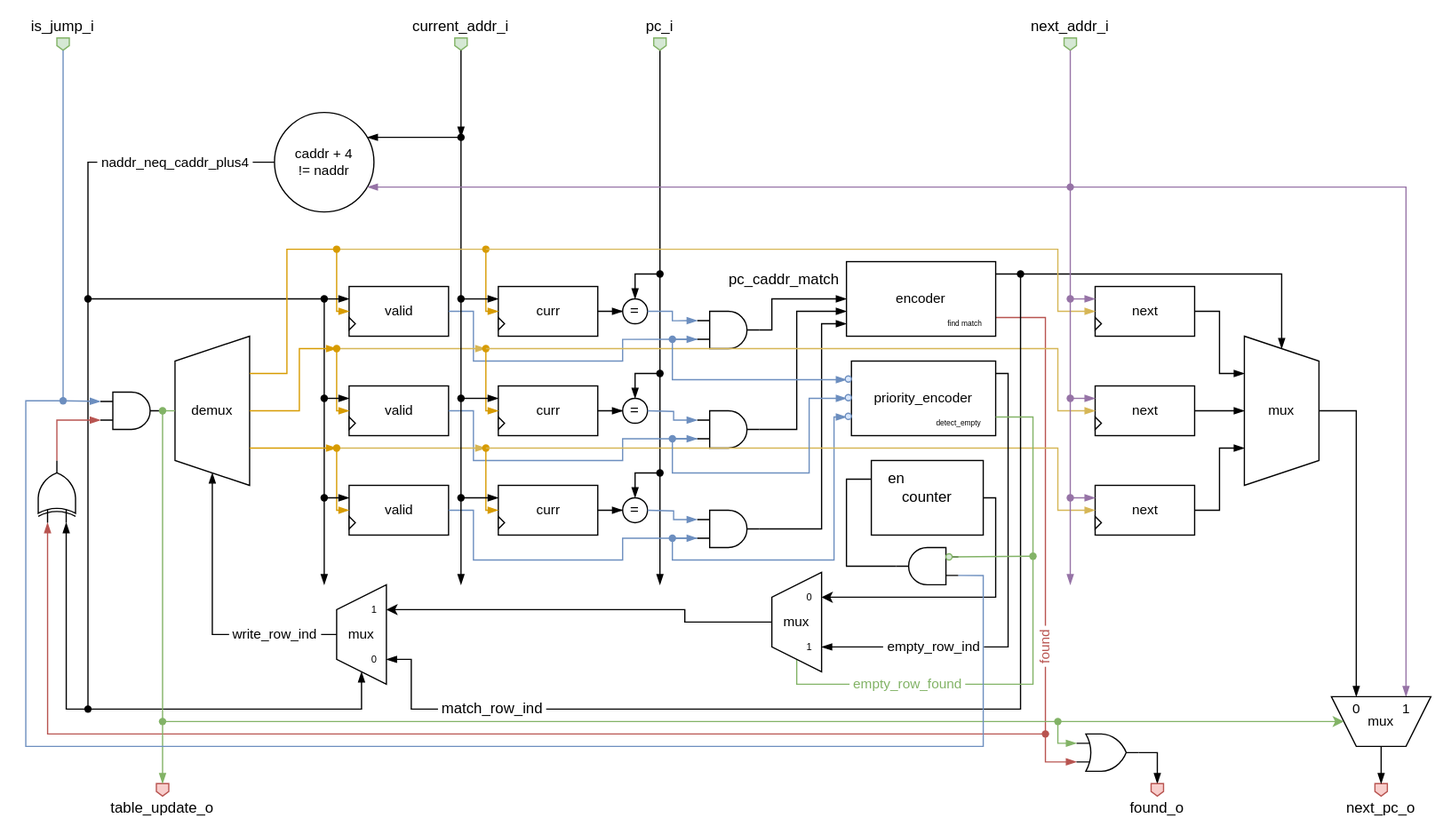
squared-studio/maverickOne keeps this draw.io diagram as document/rtl/branch_target_buffer_des.svg. Above is the earlier version. Source tidied: cells renumbered, new cells last; positions are measured from the earlier drawing's top-left corner, leaving out a move shared by most shapes.
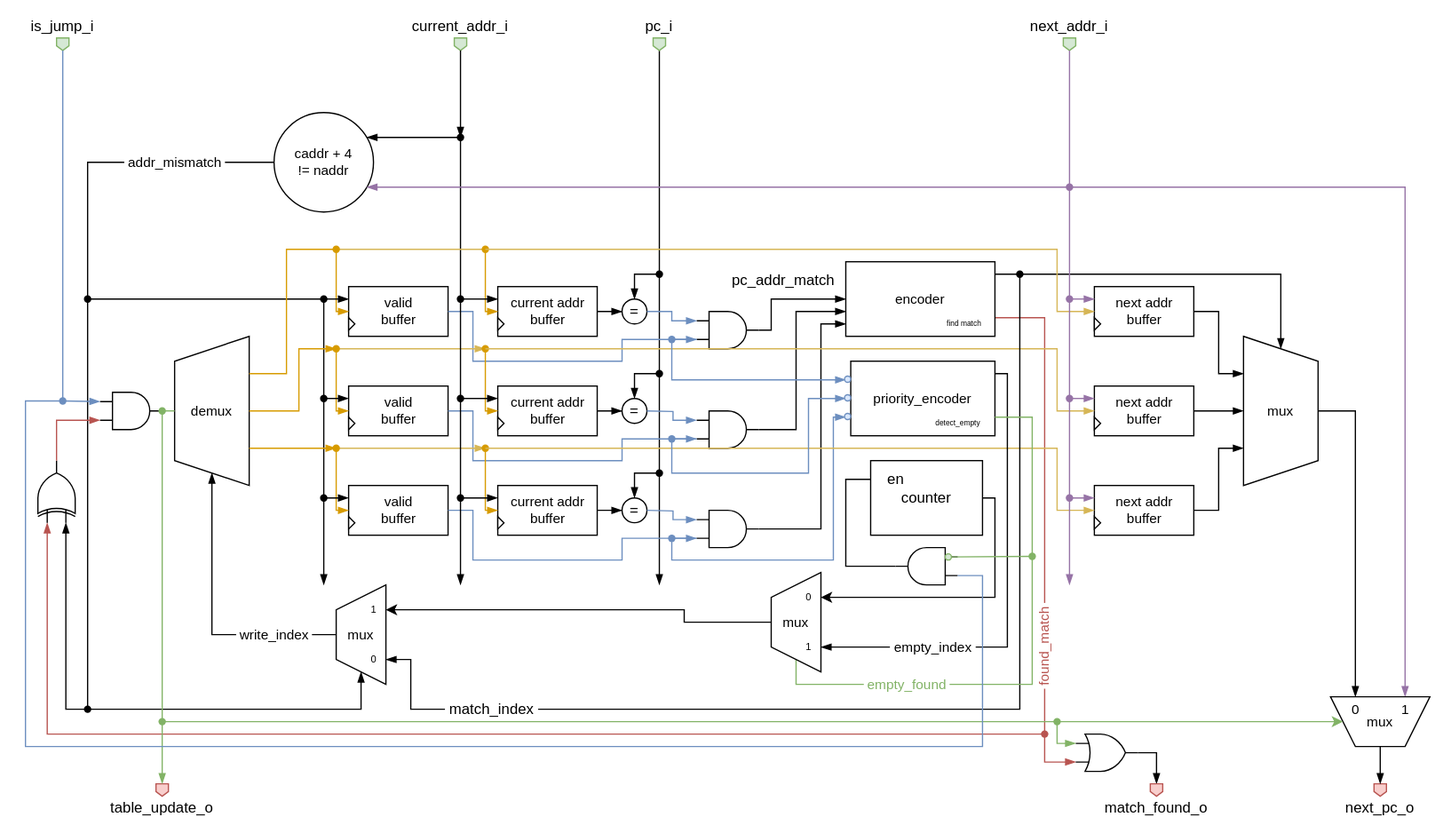
The same diagram one commit later.

What changed in the source:
```diff
@@ -14,8 +14,8 @@
     <mxCell id="5" style="triangle;whiteSpace=wrap;html=1;" parent="3" vertex="1">
       <mxGeometry y="25" width="5" height="10" as="geometry" />
     </mxCell>
-    <mxCell id="6" value="curr" style="text;html=1;align=center;verticalAlign=middle;strokeColor=none;fillColor=none;fontFamily=Helvetica;fontSize=11;fontColor=default;labelBackgroundColor=default;" parent="3" vertex="1">
-      <mxGeometry x="20" y="5" width="40" height="30" as="geometry" />
+    <mxCell id="6" value="current addr&lt;div&gt;buffer&lt;/div&gt;" style="text;html=1;align=center;verticalAlign=middle;strokeColor=none;fillColor=none;fontFamily=Helvetica;fontSize=11;fontColor=default;labelBackgroundColor=default;" parent="3" vertex="1">
+      <mxGeometry width="80" height="40" as="geometry" />
     </mxCell>
     <mxCell id="7" style="edgeStyle=orthogonalEdgeStyle;shape=connector;rounded=0;jettySize=auto;html=1;strokeColor=default;align=center;verticalAlign=middle;fontFamily=Helvetica;fontSize=11;fontColor=default;labelBackgroundColor=default;endArrow=none;endFill=0;" parent="1" edge="1" source="8" target="15">
       <mxGeometry relative="1" as="geometry" />
@@ -104,7 +104,7 @@
         </Array>
       </mxGeometry>
     </mxCell>
-    <mxCell id="34" value="&amp;nbsp;found&amp;nbsp;" style="edgeStyle=orthogonalEdgeStyle;shape=connector;rounded=0;jettySize=auto;html=1;exitX=1;exitY=0.75;exitDx=0;exitDy=0;entryX=0;entryY=0.75;entryDx=0;entryDy=0;strokeColor=#b85450;align=center;verticalAlign=middle;fontFamily=Helvetica;fontSize=11;fontColor=#b85450;labelBackgroundColor=default;endArrow=blockThin;endFill=1;fillColor=#f8cecc;entryPerimeter=0;horizontal=0;" parent="1" edge="1" source="35" target="178">
+    <mxCell id="34" value="&amp;nbsp;found_match&amp;nbsp;" style="edgeStyle=orthogonalEdgeStyle;shape=connector;rounded=0;jettySize=auto;html=1;exitX=1;exitY=0.75;exitDx=0;exitDy=0;entryX=0;entryY=0.75;entryDx=0;entryDy=0;strokeColor=#b85450;align=center;verticalAlign=middle;fontFamily=Helvetica;fontSize=11;fontColor=#b85450;labelBackgroundColor=default;endArrow=blockThin;endFill=1;fillColor=#f8cecc;entryPerimeter=0;horizontal=0;" parent="1" edge="1" source="35" target="178">
       <mxGeometry x="0.44" relative="1" as="geometry">
         <Array as="points">
           <mxPoint x="840" y="255" />
@@ -115,11 +115,11 @@
     <mxCell id="35" value="encoder" style="rounded=0;whiteSpace=wrap;html=1;fontFamily=Helvetica;fontSize=11;fontColor=default;labelBackgroundColor=default;" parent="1" vertex="1">
       <mxGeometry x="680" y="210" width="120" height="60" as="geometry" />
     </mxCell>
-    <mxCell id="36" value="curr" style="text;html=1;align=center;verticalAlign=middle;strokeColor=none;fillColor=none;fontFamily=Helvetica;fontSize=11;fontColor=default;labelBackgroundColor=default;" parent="1" vertex="1">
-      <mxGeometry x="420" y="315" width="40" height="30" as="geometry" />
+    <mxCell id="36" value="current addr&lt;div&gt;buffer&lt;/div&gt;" style="text;html=1;align=center;verticalAlign=middle;strokeColor=none;fillColor=none;fontFamily=Helvetica;fontSize=11;fontColor=default;labelBackgroundColor=default;" parent="1" vertex="1">
+      <mxGeometry x="400" y="310" width="80" height="40" as="geometry" />
     </mxCell>
-    <mxCell id="37" value="curr" style="text;html=1;align=center;verticalAlign=middle;strokeColor=none;fillColor=none;fontFamily=Helvetica;fontSize=11;fontColor=default;labelBackgroundColor=default;" parent="1" vertex="1">
-      <mxGeometry x="420" y="395" width="40" height="30" as="geometry" />
+    <mxCell id="37" value="current addr&lt;div&gt;buffer&lt;/div&gt;" style="text;html=1;align=center;verticalAlign=middle;strokeColor=none;fillColor=none;fontFamily=Helvetica;fontSize=11;fontColor=default;labelBackgroundColor=default;" parent="1" vertex="1">
+      <mxGeometry x="400" y="390" width="80" height="40" as="geometry" />
     </mxCell>
     <mxCell id="38" style="edgeStyle=orthogonalEdgeStyle;shape=connector;rounded=0;jettySize=auto;html=1;strokeColor=default;align=center;verticalAlign=middle;fontFamily=Helvetica;fontSize=11;fontColor=default;labelBackgroundColor=default;endArrow=blockThin;endFill=1;" parent="1" edge="1" source="39">
       <mxGeometry relative="1" as="geometry">
@@ -145,8 +145,8 @@
     <mxCell id="43" style="triangle;whiteSpace=wrap;html=1;" parent="41" vertex="1">
       <mxGeometry y="25" width="5" height="10" as="geometry" />
     </mxCell>
-    <mxCell id="44" value="valid" style="text;html=1;align=center;verticalAlign=middle;strokeColor=none;fillColor=none;fontFamily=Helvetica;fontSize=11;fontColor=default;labelBackgroundColor=default;" parent="41" vertex="1">
-      <mxGeometry x="15" y="5" width="50" height="30" as="geometry" />
+    <mxCell id="44" value="valid&lt;div&gt;buffer&lt;/div&gt;" style="text;html=1;align=center;verticalAlign=middle;strokeColor=none;fillColor=none;fontFamily=Helvetica;fontSize=11;fontColor=default;labelBackgroundColor=default;" parent="41" vertex="1">
+      <mxGeometry x="15" width="50" height="40" as="geometry" />
     </mxCell>
     <mxCell id="45" value="cur" style="group;" parent="1" vertex="1">
       <mxGeometry x="280" y="310" width="80" height="40" as="geometry" />
@@ -157,8 +157,8 @@
     <mxCell id="47" style="triangle;whiteSpace=wrap;html=1;" parent="45" vertex="1">
       <mxGeometry y="25" width="5" height="10" as="geometry" />
     </mxCell>
-    <mxCell id="48" value="valid" style="text;html=1;align=center;verticalAlign=middle;strokeColor=none;fillColor=none;fontFamily=Helvetica;fontSize=11;fontColor=default;labelBackgroundColor=default;" parent="45" vertex="1">
-      <mxGeometry x="15" y="5" width="50" height="30" as="geometry" />
+    <mxCell id="48" value="valid&lt;div&gt;buffer&lt;/div&gt;" style="text;html=1;align=center;verticalAlign=middle;strokeColor=none;fillColor=none;fontFamily=Helvetica;fontSize=11;fontColor=default;labelBackgroundColor=default;" parent="45" vertex="1">
+      <mxGeometry x="15" width="50" height="40" as="geometry" />
     </mxCell>
     <mxCell id="49" value="cur" style="group;" parent="1" vertex="1">
       <mxGeometry x="280" y="390" width="80" height="40" as="geometry" />
@@ -169,8 +169,8 @@
     <mxCell id="51" style="triangle;whiteSpace=wrap;html=1;" parent="49" vertex="1">
       <mxGeometry y="25" width="5" height="10" as="geometry" />
     </mxCell>
-    <mxCell id="52" value="valid" style="text;html=1;align=center;verticalAlign=middle;strokeColor=none;fillColor=none;fontFamily=Helvetica;fontSize=11;fontColor=default;labelBackgroundColor=default;" parent="49" vertex="1">
-      <mxGeometry x="15" y="5" width="50" height="30" as="geometry" />
+    <mxCell id="52" value="valid&lt;div&gt;buffer&lt;/div&gt;" style="text;html=1;align=center;verticalAlign=middle;strokeColor=none;fillColor=none;fontFamily=Helvetica;fontSize=11;fontColor=default;labelBackgroundColor=default;" parent="49" vertex="1">
+      <mxGeometry x="15" width="50" height="40" as="geometry" />
     </mxCell>
     <mxCell id="53" style="edgeStyle=orthogonalEdgeStyle;shape=connector;rounded=0;jettySize=auto;html=1;entryX=0;entryY=0.75;entryDx=0;entryDy=0;entryPerimeter=0;strokeColor=#6c8ebf;align=center;verticalAlign=middle;fontFamily=Helvetica;fontSize=11;fontColor=default;labelBackgroundColor=default;endArrow=blockThin;endFill=1;fillColor=#dae8fc;" parent="1" edge="1" source="42" target="39">
       <mxGeometry relative="1" as="geometry">
@@ -258,8 +258,8 @@
     <mxCell id="65" style="triangle;whiteSpace=wrap;html=1;" parent="63" vertex="1">
       <mxGeometry y="25" width="5" height="10" as="geometry" />
     </mxCell>
-    <mxCell id="66" value="next" style="text;html=1;align=center;verticalAlign=middle;strokeColor=none;fillColor=none;fontFamily=Helvetica;fontSize=11;fontColor=default;labelBackgroundColor=default;" parent="63" vertex="1">
-      <mxGeometry x="20" y="5" width="40" height="30" as="geometry" />
+    <mxCell id="66" value="next addr&lt;div&gt;buffer&lt;/div&gt;" style="text;html=1;align=center;verticalAlign=middle;strokeColor=none;fillColor=none;fontFamily=Helvetica;fontSize=11;fontColor=default;labelBackgroundColor=default;" parent="63" vertex="1">
+      <mxGeometry x="5" width="70" height="40" as="geometry" />
     </mxCell>
     <mxCell id="67" value="cur" style="group;" parent="1" vertex="1">
       <mxGeometry x="880" y="310" width="80" height="40" as="geometry" />
@@ -270,8 +270,8 @@
     <mxCell id="69" style="triangle;whiteSpace=wrap;html=1;" parent="67" vertex="1">
       <mxGeometry y="25" width="5" height="10" as="geometry" />
     </mxCell>
-    <mxCell id="70" value="next" style="text;html=1;align=center;verticalAlign=middle;strokeColor=none;fillColor=none;fontFamily=Helvetica;fontSize=11;fontColor=default;labelBackgroundColor=default;" parent="67" vertex="1">
-      <mxGeometry x="20" y="5" width="40" height="30" as="geometry" />
+    <mxCell id="70" value="next addr&lt;div&gt;buffer&lt;/div&gt;" style="text;html=1;align=center;verticalAlign=middle;strokeColor=none;fillColor=none;fontFamily=Helvetica;fontSize=11;fontColor=default;labelBackgroundColor=default;" parent="67" vertex="1">
+      <mxGeometry x="5" width="70" height="40" as="geometry" />
     </mxCell>
     <mxCell id="71" value="cur" style="group;" parent="1" vertex="1">
       <mxGeometry x="880" y="390" width="80" height="40" as="geometry" />
@@ -282,8 +282,8 @@
     <mxCell id="73" style="triangle;whiteSpace=wrap;html=1;" parent="71" vertex="1">
       <mxGeometry y="25" width="5" height="10" as="geometry" />
     </mxCell>
-    <mxCell id="74" value="next" style="text;html=1;align=center;verticalAlign=middle;strokeColor=none;fillColor=none;fontFamily=Helvetica;fontSize=11;fontColor=default;labelBackgroundColor=default;" parent="71" vertex="1">
-      <mxGeometry x="20" y="5" width="40" height="30" as="geometry" />
+    <mxCell id="74" value="next addr&lt;div&gt;buffer&lt;/div&gt;" style="text;html=1;align=center;verticalAlign=middle;strokeColor=none;fillColor=none;fontFamily=Helvetica;fontSize=11;fontColor=default;labelBackgroundColor=default;" parent="71" vertex="1">
+      <mxGeometry x="5" width="70" height="40" as="geometry" />
     </mxCell>
     <mxCell id="75" style="edgeStyle=orthogonalEdgeStyle;shape=connector;rounded=0;jettySize=auto;html=1;entryX=0.75;entryY=1;entryDx=0;entryDy=0;strokeColor=default;align=center;verticalAlign=middle;fontFamily=Helvetica;fontSize=11;fontColor=default;labelBackgroundColor=default;endArrow=blockThin;endFill=1;" parent="1" edge="1" source="76" target="172">
       <mxGeometry relative="1" as="geometry" />
@@ -527,7 +527,7 @@
         </Array>
       </mxGeometry>
     </mxCell>
-    <mxCell id="125" value="&amp;nbsp;empty_row_ind&amp;nbsp;" style="edgeStyle=orthogonalEdgeStyle;shape=connector;rounded=0;jettySize=auto;html=1;entryX=0.25;entryY=1;entryDx=0;entryDy=0;strokeColor=default;align=center;verticalAlign=middle;fontFamily=Helvetica;fontSize=11;fontColor=default;labelBackgroundColor=default;endArrow=blockThin;endFill=1;" parent="1" edge="1" source="126" target="190">
+    <mxCell id="125" value="&amp;nbsp;empty_index&amp;nbsp;" style="edgeStyle=orthogonalEdgeStyle;shape=connector;rounded=0;jettySize=auto;html=1;entryX=0.25;entryY=1;entryDx=0;entryDy=0;strokeColor=default;align=center;verticalAlign=middle;fontFamily=Helvetica;fontSize=11;fontColor=default;labelBackgroundColor=default;endArrow=blockThin;endFill=1;" parent="1" edge="1" source="126" target="190">
       <mxGeometry x="0.53" relative="1" as="geometry">
         <Array as="points">
           <mxPoint x="810" y="300" />
@@ -538,7 +538,7 @@
     <mxCell id="126" value="priority_encoder" style="rounded=0;whiteSpace=wrap;html=1;fontFamily=Helvetica;fontSize=11;fontColor=default;labelBackgroundColor=default;" parent="1" vertex="1">
       <mxGeometry x="684" y="290" width="116" height="60" as="geometry" />
     </mxCell>
-    <mxCell id="127" value="&amp;nbsp;write_row_ind&amp;nbsp;" style="edgeStyle=orthogonalEdgeStyle;shape=connector;rounded=0;jettySize=auto;html=1;entryX=0;entryY=0.5;entryDx=0;entryDy=0;strokeColor=default;align=center;verticalAlign=middle;fontFamily=Helvetica;fontSize=11;fontColor=default;labelBackgroundColor=default;endArrow=blockThin;endFill=1;" parent="1" edge="1" source="128" target="119">
+    <mxCell id="127" value="&amp;nbsp;write_index&amp;nbsp;" style="edgeStyle=orthogonalEdgeStyle;shape=connector;rounded=0;jettySize=auto;html=1;entryX=0;entryY=0.5;entryDx=0;entryDy=0;strokeColor=default;align=center;verticalAlign=middle;fontFamily=Helvetica;fontSize=11;fontColor=default;labelBackgroundColor=default;endArrow=blockThin;endFill=1;" parent="1" edge="1" source="128" target="119">
       <mxGeometry x="-0.57" relative="1" as="geometry" />
     </mxCell>
     <mxCell id="128" value="mux" style="shape=trapezoid;perimeter=trapezoidPerimeter;whiteSpace=wrap;html=1;fixedSize=1;fontFamily=Helvetica;fontSize=11;fontColor=default;labelBackgroundColor=default;direction=north;" parent="1" vertex="1">
@@ -553,7 +553,7 @@
         </Array>
       </mxGeometry>
     </mxCell>
-    <mxCell id="130" value="&amp;nbsp;&lt;span style=&quot;font-size: 12px; text-wrap-mode: wrap;&quot;&gt;match_row_ind&amp;nbsp;&lt;/span&gt;" style="edgeLabel;html=1;align=center;verticalAlign=middle;labelBackgroundColor=#FFFFFF;" parent="129" vertex="1">
+    <mxCell id="130" value="&amp;nbsp;&lt;span style=&quot;font-size: 12px; text-wrap-mode: wrap;&quot;&gt;match_index&amp;nbsp;&lt;/span&gt;" style="edgeLabel;html=1;align=center;verticalAlign=middle;labelBackgroundColor=#FFFFFF;" parent="129" vertex="1">
       <mxGeometry x="0.72" relative="1" as="geometry" />
     </mxCell>
     <mxCell id="131" style="shape=waypoint;sketch=0;size=6;points=[];fillColor=none;perimeter=centerPerimeter;snapToPoint=1;fontFamily=Helvetica;fontSize=11;fontColor=default;labelBackgroundColor=default;" parent="1" vertex="1">
@@ -606,7 +606,7 @@
     <mxCell id="142" style="shape=waypoint;sketch=0;size=6;points=[];fillColor=#e1d5e7;perimeter=centerPerimeter;snapToPoint=1;fontFamily=Helvetica;fontSize=11;labelBackgroundColor=default;strokeColor=#9673a6;" parent="1" vertex="1">
       <mxGeometry x="850" y="140" width="20" height="20" as="geometry" />
     </mxCell>
-    <mxCell id="143" value="&amp;nbsp;naddr_neq_caddr_plus4&amp;nbsp;" style="edgeStyle=orthogonalEdgeStyle;shape=connector;rounded=0;jettySize=auto;html=1;strokeColor=default;align=center;verticalAlign=middle;fontFamily=Helvetica;fontSize=11;fontColor=default;labelBackgroundColor=default;endArrow=none;endFill=0;" parent="1" edge="1" source="135" target="145">
+    <mxCell id="143" value="&amp;nbsp;addr_mismatch&amp;nbsp;" style="edgeStyle=orthogonalEdgeStyle;shape=connector;rounded=0;jettySize=auto;html=1;strokeColor=default;align=center;verticalAlign=middle;fontFamily=Helvetica;fontSize=11;fontColor=default;labelBackgroundColor=default;endArrow=none;endFill=0;" parent="1" edge="1" source="135" target="145">
       <mxGeometry x="-0.38" relative="1" as="geometry" />
     </mxCell>
     <mxCell id="144" style="edgeStyle=orthogonalEdgeStyle;shape=connector;rounded=0;jettySize=auto;html=1;strokeColor=default;align=center;verticalAlign=middle;fontFamily=Helvetica;fontSize=11;fontColor=default;labelBackgroundColor=default;endArrow=none;endFill=0;entryX=0.723;entryY=0.598;entryDx=0;entryDy=0;entryPerimeter=0;" parent="1" edge="1" source="145" target="161">
@@ -743,7 +743,7 @@
     <mxCell id="178" style="verticalLabelPosition=bottom;shadow=0;dashed=0;align=center;html=1;verticalAlign=top;shape=mxgraph.electrical.logic_gates.logic_gate;operation=or;direction=east;" parent="1" vertex="1">
       <mxGeometry x="865" y="590" width="50" height="30" as="geometry" />
     </mxCell>
-    <mxCell id="179" value="&lt;div&gt;&lt;br&gt;&lt;/div&gt;&lt;div&gt;&lt;br&gt;&lt;/div&gt;&lt;div&gt;found_o&lt;/div&gt;" style="shape=offPageConnector;whiteSpace=wrap;html=1;fillColor=#f8cecc;strokeColor=#b85450;" parent="1" vertex="1">
+    <mxCell id="179" value="&lt;div&gt;&lt;br&gt;&lt;/div&gt;&lt;div&gt;&lt;br&gt;&lt;/div&gt;&lt;div&gt;match_found_o&lt;/div&gt;" style="shape=offPageConnector;whiteSpace=wrap;html=1;fillColor=#f8cecc;strokeColor=#b85450;" parent="1" vertex="1">
       <mxGeometry x="925" y="630" width="10" height="10" as="geometry" />
     </mxCell>
     <mxCell id="180" style="shape=waypoint;sketch=0;size=6;points=[];fillColor=#d5e8d4;perimeter=centerPerimeter;snapToPoint=1;fontFamily=Helvetica;fontSize=11;labelBackgroundColor=default;strokeColor=#82b366;" parent="1" vertex="1">
@@ -756,7 +756,7 @@
         </Array>
       </mxGeometry>
     </mxCell>
-    <mxCell id="182" value="pc_caddr_match" style="text;html=1;align=center;verticalAlign=middle;whiteSpace=wrap;rounded=0;" parent="1" vertex="1">
+    <mxCell id="182" value="pc_&lt;span style=&quot;background-color: transparent; color: light-dark(rgb(0, 0, 0), rgb(255, 255, 255));&quot;&gt;addr_match&lt;/span&gt;" style="text;html=1;align=center;verticalAlign=middle;whiteSpace=wrap;rounded=0;" parent="1" vertex="1">
       <mxGeometry x="600" y="210" width="60" height="30" as="geometry" />
     </mxCell>
     <mxCell id="183" style="shape=waypoint;sketch=0;size=6;fillColor=#dae8fc;perimeter=centerPerimeter;strokeColor=#6c8ebf;" parent="1" vertex="1">
@@ -782,7 +782,7 @@
     <mxCell id="188" value="en" style="text;html=1;align=center;verticalAlign=middle;strokeColor=none;fillColor=none;" parent="1" vertex="1">
       <mxGeometry x="700" y="370" width="40" height="30" as="geometry" />
     </mxCell>
-    <mxCell id="189" value="&amp;nbsp;empty_row_found&amp;nbsp;" style="edgeStyle=orthogonalEdgeStyle;rounded=0;jettySize=auto;html=1;endArrow=none;endFill=0;fillColor=#d5e8d4;strokeColor=#82b366;fontColor=light-dark(#82b366, #ededed);" parent="1" edge="1" source="190" target="192">
+    <mxCell id="189" value="&amp;nbsp;empty_found&amp;nbsp;" style="edgeStyle=orthogonalEdgeStyle;rounded=0;jettySize=auto;html=1;endArrow=none;endFill=0;fillColor=#d5e8d4;strokeColor=#82b366;fontColor=light-dark(#82b366, #ededed);" parent="1" edge="1" source="190" target="192">
       <mxGeometry x="-0.3" relative="1" as="geometry">
         <Array as="points">
           <mxPoint x="640" y="550" />
```
